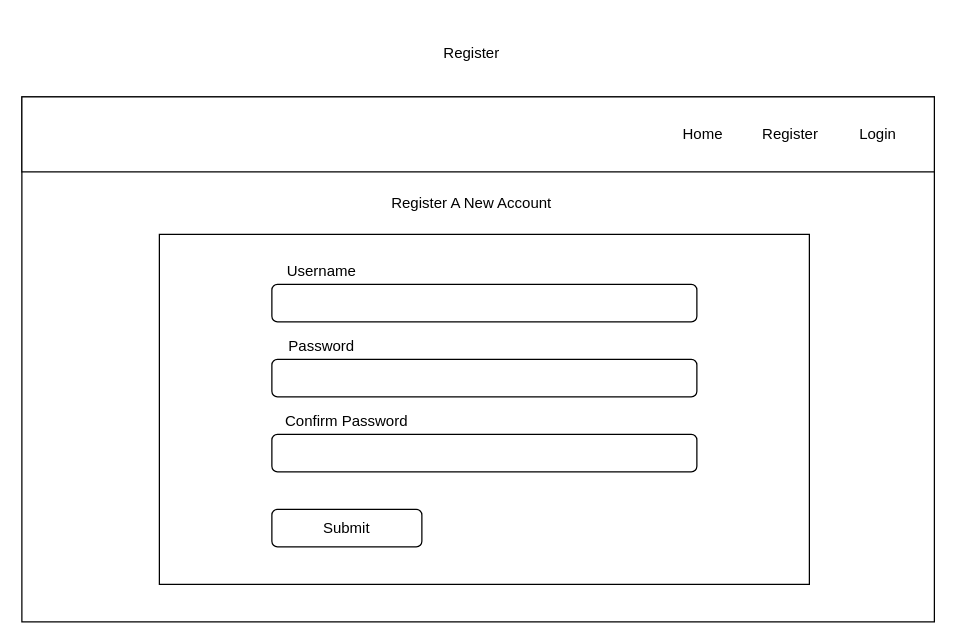
The draw.io diagram page "Register" (3 of 8) of Crypto-tracker-wireframe.drawio in 200914ROC2/Crypto-Tracker, before the edit. Source tidied: cells renumbered, new cells numbered last; positions are measured from the earlier drawing's top-left corner, leaving out a move shared by most shapes. Both pictures are drawn from the tidied source at 125%, with x=0, y=0 at pixel (21, 21).
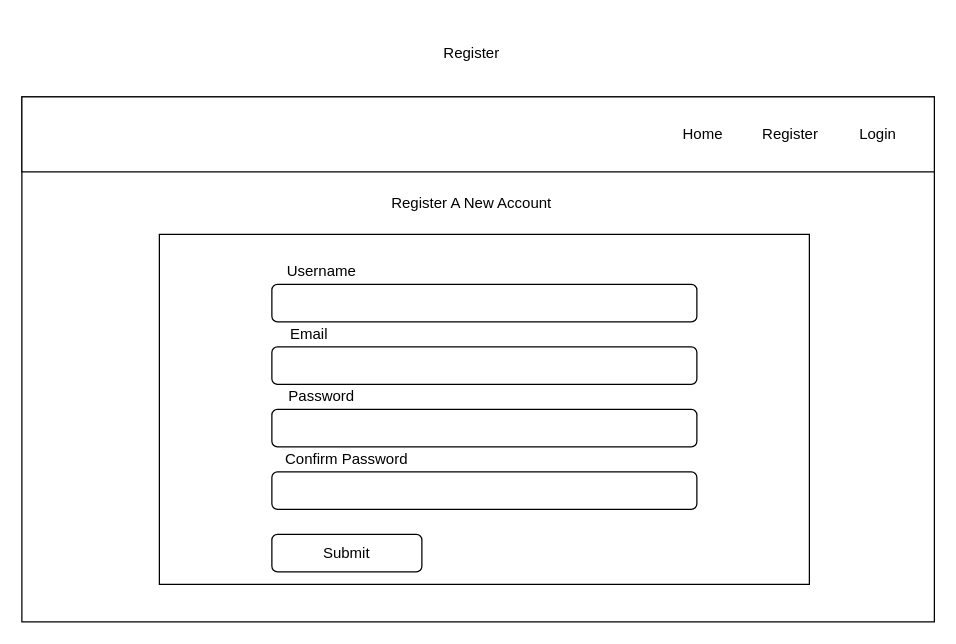
Above is the later version.

What changed in the source:
```diff
@@
 <mxGraphModel>
   <root>
     <mxCell id="0" />
     <mxCell id="1" parent="0" />
     <mxCell id="2" style="rounded=0;whiteSpace=wrap;html=1;" parent="1" vertex="1">
       <mxGeometry y="60" width="730" height="420" as="geometry" />
     </mxCell>
     <mxCell id="3" style="rounded=0;whiteSpace=wrap;html=1;" parent="1" vertex="1">
       <mxGeometry y="60" width="730" height="60" as="geometry" />
     </mxCell>
     <mxCell id="4" value="Login" style="text;html=1;strokeColor=none;fillColor=none;align=center;verticalAlign=middle;whiteSpace=wrap;rounded=0;" parent="1" vertex="1">
       <mxGeometry x="650" y="65" width="70" height="50" as="geometry" />
     </mxCell>
     <mxCell id="5" value="Home" style="text;html=1;strokeColor=none;fillColor=none;align=center;verticalAlign=middle;whiteSpace=wrap;rounded=0;" parent="1" vertex="1">
       <mxGeometry x="510" y="65" width="70" height="50" as="geometry" />
     </mxCell>
     <mxCell id="6" value="Register" style="text;html=1;strokeColor=none;fillColor=none;align=center;verticalAlign=middle;whiteSpace=wrap;rounded=0;" parent="1" vertex="1">
       <mxGeometry x="580" y="65" width="70" height="50" as="geometry" />
     </mxCell>
     <mxCell id="7" value="Register" style="text;html=1;strokeColor=none;fillColor=none;align=center;verticalAlign=middle;whiteSpace=wrap;rounded=0;" parent="1" vertex="1">
       <mxGeometry x="280" width="160" height="50" as="geometry" />
     </mxCell>
     <mxCell id="8" style="rounded=0;whiteSpace=wrap;html=1;" parent="1" vertex="1">
       <mxGeometry x="110" y="170" width="520" height="280" as="geometry" />
     </mxCell>
     <mxCell id="9" style="rounded=1;whiteSpace=wrap;html=1;" parent="1" vertex="1">
       <mxGeometry x="200" y="210" width="340" height="30" as="geometry" />
     </mxCell>
     <mxCell id="10" style="rounded=1;whiteSpace=wrap;html=1;" parent="1" vertex="1">
-      <mxGeometry x="200" y="270" width="340" height="30" as="geometry" />
+      <mxGeometry x="200" y="310" width="340" height="30" as="geometry" />
     </mxCell>
     <mxCell id="11" style="rounded=1;whiteSpace=wrap;html=1;" parent="1" vertex="1">
-      <mxGeometry x="200" y="330" width="340" height="30" as="geometry" />
+      <mxGeometry x="200" y="360" width="340" height="30" as="geometry" />
     </mxCell>
     <mxCell id="12" value="Register A New Account" style="text;html=1;strokeColor=none;fillColor=none;align=center;verticalAlign=middle;whiteSpace=wrap;rounded=0;" parent="1" vertex="1">
       <mxGeometry x="290" y="130" width="140" height="30" as="geometry" />
     </mxCell>
     <mxCell id="13" value="Username" style="text;html=1;strokeColor=none;fillColor=none;align=center;verticalAlign=middle;whiteSpace=wrap;rounded=0;" parent="1" vertex="1">
       <mxGeometry x="200" y="190" width="80" height="20" as="geometry" />
     </mxCell>
     <mxCell id="14" value="Password" style="text;html=1;strokeColor=none;fillColor=none;align=center;verticalAlign=middle;whiteSpace=wrap;rounded=0;" parent="1" vertex="1">
-      <mxGeometry x="200" y="250" width="80" height="20" as="geometry" />
+      <mxGeometry x="200" y="290" width="80" height="20" as="geometry" />
     </mxCell>
     <mxCell id="15" value="Confirm Password" style="text;html=1;strokeColor=none;fillColor=none;align=center;verticalAlign=middle;whiteSpace=wrap;rounded=0;" parent="1" vertex="1">
-      <mxGeometry x="200" y="310" width="120" height="20" as="geometry" />
+      <mxGeometry x="200" y="340" width="120" height="20" as="geometry" />
     </mxCell>
     <mxCell id="16" style="rounded=1;whiteSpace=wrap;html=1;" parent="1" vertex="1">
-      <mxGeometry x="200" y="390" width="120" height="30" as="geometry" />
+      <mxGeometry x="200" y="410" width="120" height="30" as="geometry" />
     </mxCell>
     <mxCell id="17" value="Submit" style="text;html=1;strokeColor=none;fillColor=none;align=center;verticalAlign=middle;whiteSpace=wrap;rounded=0;" parent="1" vertex="1">
-      <mxGeometry x="240" y="395" width="40" height="20" as="geometry" />
+      <mxGeometry x="240" y="415" width="40" height="20" as="geometry" />
     </mxCell>
+    <mxCell id="18" style="rounded=1;whiteSpace=wrap;html=1;" parent="1" vertex="1">
+      <mxGeometry x="200" y="260" width="340" height="30" as="geometry" />
+    </mxCell>
+    <mxCell id="19" value="Email" style="text;html=1;strokeColor=none;fillColor=none;align=center;verticalAlign=middle;whiteSpace=wrap;rounded=0;" parent="1" vertex="1">
+      <mxGeometry x="200" y="240" width="60" height="20" as="geometry" />
+    </mxCell>
   </root>
 </mxGraphModel>
```
